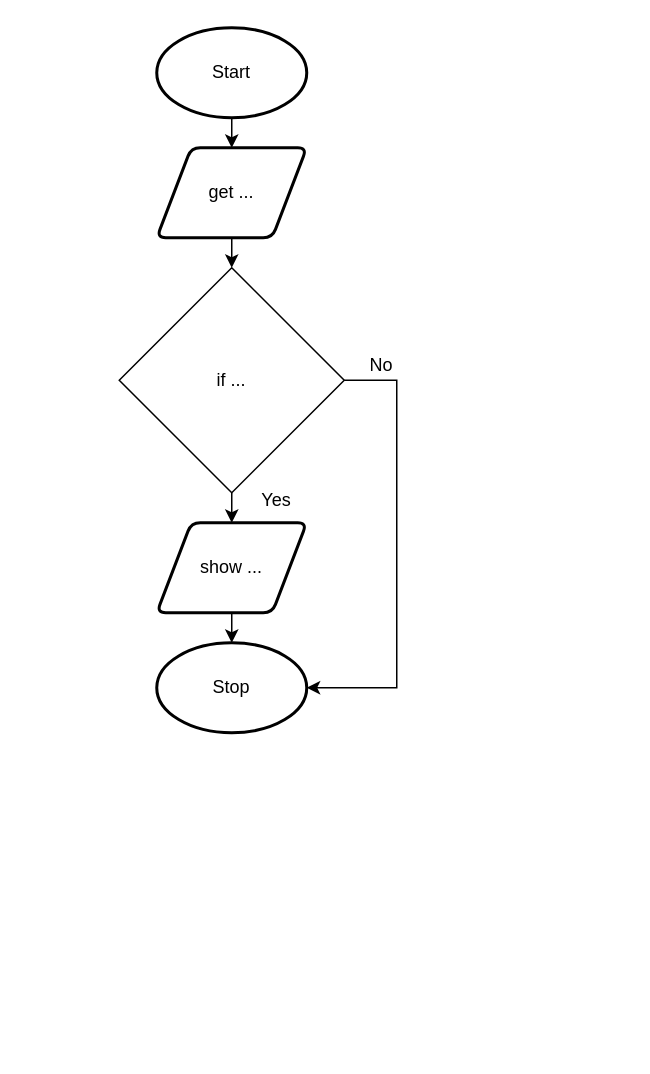
The draw.io diagram drawio/flowchart.drawio in Aidan-Lalonde-Novales/ICS3U-Unit6-04-Python, before the edit. Source tidied: cells renumbered, new cells numbered last; positions are measured from the earlier drawing's top-left corner, leaving out a move shared by most shapes. Both pictures are drawn from the tidied source at 150%, with x=0, y=0 at pixel (118, 27).
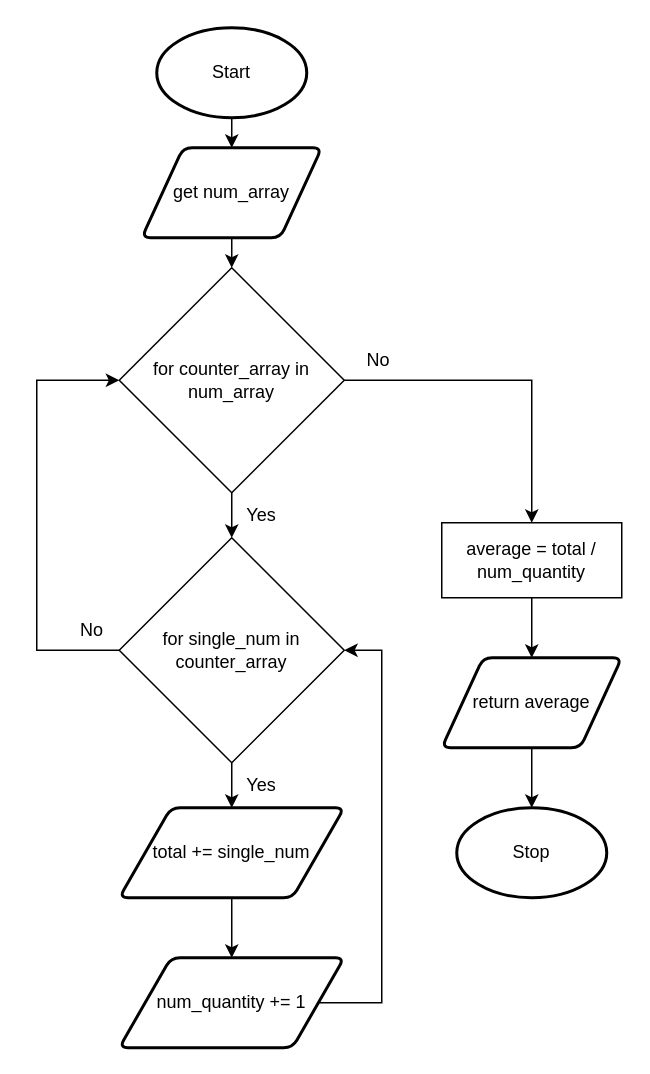
Above is the later version.

Commit message (it also covers changes not shown here):
losin it right now

The edit, as a diff of the source:
```diff
@@
-    <mxCell id="4" style="edgeStyle=none;html=1;exitX=0.5;exitY=1;exitDx=0;exitDy=0;entryX=0.5;entryY=0;entryDx=0;entryDy=0;" parent="1" edge="1" source="5">
-      <mxGeometry relative="1" as="geometry">
-        <mxPoint x="75" y="160" as="targetPoint" />
-      </mxGeometry>
-    </mxCell>
+    <mxCell id="14" style="edgeStyle=none;html=1;exitX=0.5;exitY=1;exitDx=0;exitDy=0;entryX=0.5;entryY=0;entryDx=0;entryDy=0;" parent="1" edge="1" source="5" target="11">
+      <mxGeometry relative="1" as="geometry" />
+    </mxCell>
-    <mxCell id="5" value="get ..." style="shape=parallelogram;html=1;strokeWidth=2;perimeter=parallelogramPerimeter;whiteSpace=wrap;rounded=1;arcSize=12;size=0.23;" parent="1" vertex="1">
-      <mxGeometry x="25" y="80" width="100" height="60" as="geometry" />
+    <mxCell id="5" value="get num_array" style="shape=parallelogram;html=1;strokeWidth=2;perimeter=parallelogramPerimeter;whiteSpace=wrap;rounded=1;arcSize=12;size=0.23;" parent="1" vertex="1">
+      <mxGeometry x="15" y="80" width="120" height="60" as="geometry" />
     </mxCell>
-    <mxCell id="6" style="edgeStyle=none;html=1;exitX=0.5;exitY=1;exitDx=0;exitDy=0;entryX=0.5;entryY=0;entryDx=0;entryDy=0;entryPerimeter=0;" parent="1" edge="1" source="7" target="8">
-      <mxGeometry relative="1" as="geometry" />
-    </mxCell>
-    <mxCell id="7" value="show ..." style="shape=parallelogram;html=1;strokeWidth=2;perimeter=parallelogramPerimeter;whiteSpace=wrap;rounded=1;arcSize=12;size=0.23;" parent="1" vertex="1">
-      <mxGeometry x="25" y="330" width="100" height="60" as="geometry" />
-    </mxCell>
     <mxCell id="8" value="Stop" style="strokeWidth=2;html=1;shape=mxgraph.flowchart.start_1;whiteSpace=wrap;" parent="1" vertex="1">
-      <mxGeometry x="25" y="410" width="100" height="60" as="geometry" />
+      <mxGeometry x="225" y="520" width="100" height="60" as="geometry" />
     </mxCell>
-    <mxCell id="9" style="edgeStyle=none;html=1;exitX=0.5;exitY=1;exitDx=0;exitDy=0;entryX=0.5;entryY=0;entryDx=0;entryDy=0;" parent="1" edge="1" source="11" target="7">
-      <mxGeometry relative="1" as="geometry" />
-    </mxCell>
-    <mxCell id="10" style="edgeStyle=none;html=1;exitX=1;exitY=0.5;exitDx=0;exitDy=0;entryX=1;entryY=0.5;entryDx=0;entryDy=0;entryPerimeter=0;rounded=0;" parent="1" edge="1" source="11" target="8">
-      <mxGeometry relative="1" as="geometry">
-        <Array as="points">
-          <mxPoint x="185" y="235" />
-          <mxPoint x="185" y="440" />
-        </Array>
-      </mxGeometry>
-    </mxCell>
+    <mxCell id="15" style="edgeStyle=none;html=1;exitX=1;exitY=0.5;exitDx=0;exitDy=0;entryX=0.5;entryY=0;entryDx=0;entryDy=0;rounded=0;" parent="1" edge="1" source="11" target="18">
+      <mxGeometry relative="1" as="geometry">
+        <Array as="points">
+          <mxPoint x="275" y="235" />
+        </Array>
+      </mxGeometry>
+    </mxCell>
+    <mxCell id="16" style="edgeStyle=none;html=1;exitX=0.5;exitY=1;exitDx=0;exitDy=0;entryX=0.5;entryY=0;entryDx=0;entryDy=0;" parent="1" edge="1" source="11" target="23">
+      <mxGeometry relative="1" as="geometry" />
+    </mxCell>
-    <mxCell id="11" value="if ..." style="rhombus;whiteSpace=wrap;html=1;" parent="1" vertex="1">
+    <mxCell id="11" value="for counter_array in num_array" style="rhombus;whiteSpace=wrap;html=1;" parent="1" vertex="1">
       <mxGeometry y="160" width="150" height="150" as="geometry" />
     </mxCell>
     <mxCell id="12" value="Yes" style="text;html=1;strokeColor=none;fillColor=none;align=center;verticalAlign=middle;whiteSpace=wrap;rounded=0;" parent="1" vertex="1">
-      <mxGeometry x="75" y="300" width="60" height="30" as="geometry" />
+      <mxGeometry x="75" y="310" width="40" height="30" as="geometry" />
     </mxCell>
     <mxCell id="13" value="No" style="text;html=1;strokeColor=none;fillColor=none;align=center;verticalAlign=middle;whiteSpace=wrap;rounded=0;" parent="1" vertex="1">
-      <mxGeometry x="145" y="210" width="60" height="30" as="geometry" />
+      <mxGeometry x="155" y="207" width="36" height="30" as="geometry" />
     </mxCell>
+    <mxCell id="17" style="edgeStyle=none;html=1;exitX=0.5;exitY=1;exitDx=0;exitDy=0;entryX=0.5;entryY=0;entryDx=0;entryDy=0;" parent="1" edge="1" source="18" target="20">
+      <mxGeometry relative="1" as="geometry" />
+    </mxCell>
+    <mxCell id="18" value="average = total / num_quantity" style="rounded=0;whiteSpace=wrap;html=1;" parent="1" vertex="1">
+      <mxGeometry x="215" y="330" width="120" height="50" as="geometry" />
+    </mxCell>
+    <mxCell id="19" style="edgeStyle=none;html=1;exitX=0.5;exitY=1;exitDx=0;exitDy=0;entryX=0.5;entryY=0;entryDx=0;entryDy=0;entryPerimeter=0;" parent="1" edge="1" source="20" target="8">
+      <mxGeometry relative="1" as="geometry" />
+    </mxCell>
+    <mxCell id="20" value="return average" style="shape=parallelogram;html=1;strokeWidth=2;perimeter=parallelogramPerimeter;whiteSpace=wrap;rounded=1;arcSize=12;size=0.23;" parent="1" vertex="1">
+      <mxGeometry x="215" y="420" width="120" height="60" as="geometry" />
+    </mxCell>
+    <mxCell id="21" style="edgeStyle=none;html=1;exitX=0.5;exitY=1;exitDx=0;exitDy=0;entryX=0.5;entryY=0;entryDx=0;entryDy=0;" parent="1" edge="1" source="23" target="26">
+      <mxGeometry relative="1" as="geometry" />
+    </mxCell>
+    <mxCell id="22" style="edgeStyle=none;rounded=0;html=1;exitX=0;exitY=0.5;exitDx=0;exitDy=0;entryX=0;entryY=0.5;entryDx=0;entryDy=0;" parent="1" edge="1" source="23" target="11">
+      <mxGeometry relative="1" as="geometry">
+        <Array as="points">
+          <mxPoint x="-55" y="415" />
+          <mxPoint x="-55" y="235" />
+        </Array>
+      </mxGeometry>
+    </mxCell>
+    <mxCell id="23" value="for single_num in counter_array" style="rhombus;whiteSpace=wrap;html=1;" parent="1" vertex="1">
+      <mxGeometry y="340" width="150" height="150" as="geometry" />
+    </mxCell>
+    <mxCell id="24" style="edgeStyle=none;html=1;entryX=1;entryY=0.5;entryDx=0;entryDy=0;rounded=0;exitX=1;exitY=0.5;exitDx=0;exitDy=0;" parent="1" edge="1" source="29" target="23">
+      <mxGeometry relative="1" as="geometry">
+        <Array as="points">
+          <mxPoint x="175" y="650" />
+          <mxPoint x="175" y="550" />
+          <mxPoint x="175" y="415" />
+        </Array>
+      </mxGeometry>
+    </mxCell>
+    <mxCell id="25" style="edgeStyle=none;rounded=0;html=1;exitX=0.5;exitY=1;exitDx=0;exitDy=0;entryX=0.5;entryY=0;entryDx=0;entryDy=0;" parent="1" edge="1" source="26" target="29">
+      <mxGeometry relative="1" as="geometry" />
+    </mxCell>
+    <mxCell id="26" value="total += single_num" style="shape=parallelogram;html=1;strokeWidth=2;perimeter=parallelogramPerimeter;whiteSpace=wrap;rounded=1;arcSize=12;size=0.23;" parent="1" vertex="1">
+      <mxGeometry y="520" width="150" height="60" as="geometry" />
+    </mxCell>
+    <mxCell id="27" value="Yes" style="text;html=1;strokeColor=none;fillColor=none;align=center;verticalAlign=middle;whiteSpace=wrap;rounded=0;" parent="1" vertex="1">
+      <mxGeometry x="75" y="490" width="40" height="30" as="geometry" />
+    </mxCell>
+    <mxCell id="28" value="No" style="text;html=1;strokeColor=none;fillColor=none;align=center;verticalAlign=middle;whiteSpace=wrap;rounded=0;" parent="1" vertex="1">
+      <mxGeometry x="-36" y="387" width="36" height="30" as="geometry" />
+    </mxCell>
+    <mxCell id="29" value="num_quantity += 1" style="shape=parallelogram;html=1;strokeWidth=2;perimeter=parallelogramPerimeter;whiteSpace=wrap;rounded=1;arcSize=12;size=0.23;" parent="1" vertex="1">
+      <mxGeometry y="620" width="150" height="60" as="geometry" />
+    </mxCell>
```
